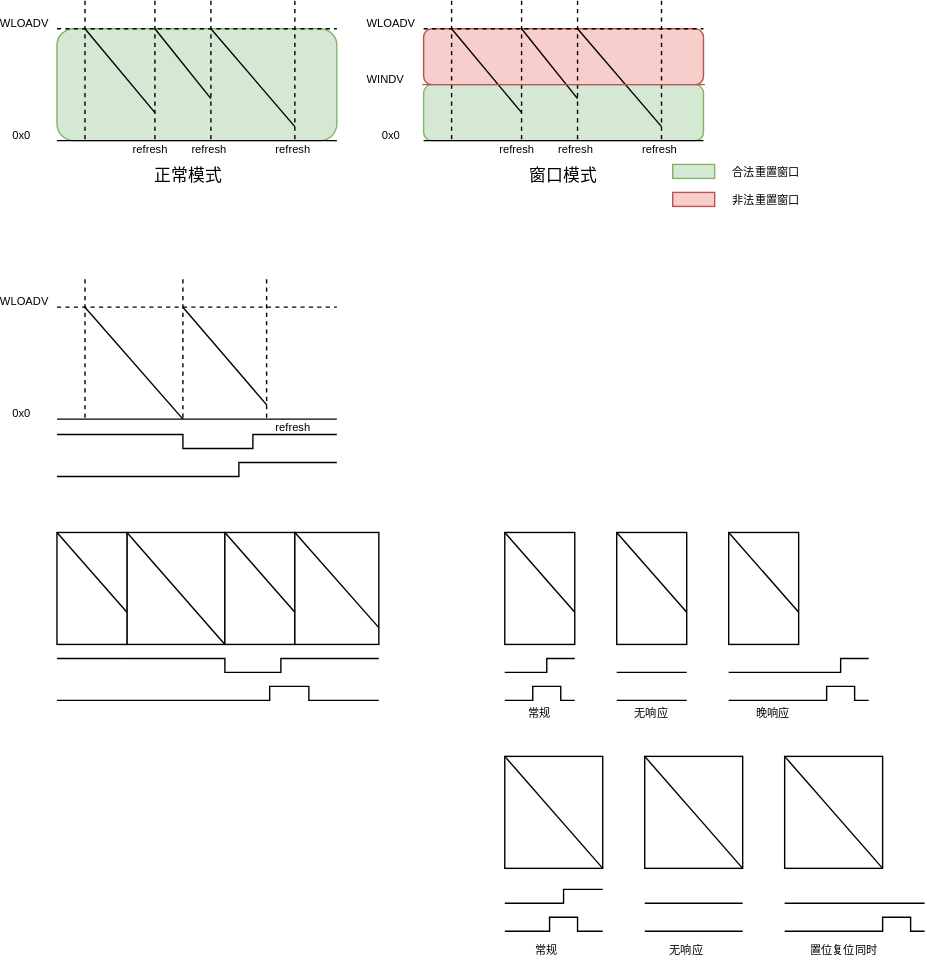
Above: drawio/wdg.drawio.svg in iceyxy/flow-chart-drawio (draw.io), before the change. Source tidied: cells renumbered, new cells last; positions are measured from the earlier drawing's top-left corner, leaving out a move shared by most shapes.
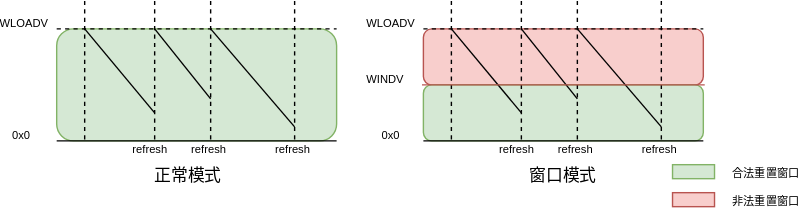
The same file after the commit.

The edit, as a diff of the source:
```diff
@@ -176,342 +176,5 @@
     <mxCell id="40" value="正常模式" style="text;html=1;whiteSpace=wrap;strokeColor=none;fillColor=none;align=center;verticalAlign=middle;rounded=0;" parent="1" vertex="1">
       <mxGeometry x="104" y="110" width="60" height="30" as="geometry" />
     </mxCell>
-    <mxCell id="41" style="endArrow=none;html=1;rounded=0;" parent="1" edge="1">
-      <mxGeometry relative="1" as="geometry">
-        <mxPoint x="40" y="299" as="sourcePoint" />
-        <mxPoint x="240" y="299" as="targetPoint" />
-      </mxGeometry>
-    </mxCell>
-    <mxCell id="42" style="endArrow=none;dashed=1;html=1;rounded=0;" parent="1" edge="1">
-      <mxGeometry relative="1" as="geometry">
-        <mxPoint x="40" y="219" as="sourcePoint" />
-        <mxPoint x="240" y="219" as="targetPoint" />
-      </mxGeometry>
-    </mxCell>
-    <mxCell id="43" style="endArrow=none;dashed=1;html=1;rounded=0;" parent="1" edge="1">
-      <mxGeometry relative="1" as="geometry">
-        <mxPoint x="60" y="199" as="sourcePoint" />
-        <mxPoint x="60" y="299" as="targetPoint" />
-      </mxGeometry>
-    </mxCell>
-    <mxCell id="44" style="endArrow=none;html=1;rounded=0;" parent="1" edge="1">
-      <mxGeometry relative="1" as="geometry">
-        <mxPoint x="130" y="299" as="sourcePoint" />
-        <mxPoint x="60" y="219" as="targetPoint" />
-      </mxGeometry>
-    </mxCell>
-    <mxCell id="45" value="&lt;font style=&quot;font-size: 8px;&quot;&gt;0x0&lt;/font&gt;" style="text;html=1;whiteSpace=wrap;strokeColor=none;fillColor=none;align=center;verticalAlign=middle;rounded=0;" parent="1" vertex="1">
-      <mxGeometry y="289" width="30" height="10" as="geometry" />
-    </mxCell>
-    <mxCell id="46" value="&lt;span style=&quot;font-size: 8px;&quot;&gt;WLOADV&lt;/span&gt;" style="text;html=1;whiteSpace=wrap;strokeColor=none;fillColor=none;align=center;verticalAlign=middle;rounded=0;" parent="1" vertex="1">
-      <mxGeometry x="2" y="209" width="30" height="10" as="geometry" />
-    </mxCell>
-    <mxCell id="47" value="&lt;font style=&quot;font-size: 8px;&quot;&gt;refresh&lt;/font&gt;" style="text;html=1;whiteSpace=wrap;strokeColor=none;fillColor=none;align=center;verticalAlign=middle;rounded=0;" parent="1" vertex="1">
-      <mxGeometry x="194" y="299" width="30" height="10" as="geometry" />
-    </mxCell>
-    <mxCell id="48" style="endArrow=none;html=1;rounded=0;" parent="1" edge="1">
-      <mxGeometry relative="1" as="geometry">
-        <mxPoint x="40" y="310" as="sourcePoint" />
-        <mxPoint x="240" y="310" as="targetPoint" />
-        <Array as="points">
-          <mxPoint x="130" y="310" />
-          <mxPoint x="130" y="320" />
-          <mxPoint x="180" y="320" />
-          <mxPoint x="180" y="310" />
-        </Array>
-      </mxGeometry>
-    </mxCell>
-    <mxCell id="49" style="endArrow=none;html=1;rounded=0;" parent="1" edge="1">
-      <mxGeometry relative="1" as="geometry">
-        <mxPoint x="40" y="340" as="sourcePoint" />
-        <mxPoint x="240" y="330" as="targetPoint" />
-        <Array as="points">
-          <mxPoint x="170" y="340" />
-          <mxPoint x="170" y="330" />
-        </Array>
-      </mxGeometry>
-    </mxCell>
-    <mxCell id="50" style="endArrow=none;dashed=1;html=1;rounded=0;" parent="1" edge="1">
-      <mxGeometry relative="1" as="geometry">
-        <mxPoint x="130" y="199" as="sourcePoint" />
-        <mxPoint x="130" y="299" as="targetPoint" />
-      </mxGeometry>
-    </mxCell>
-    <mxCell id="51" style="endArrow=none;html=1;rounded=0;" parent="1" edge="1">
-      <mxGeometry relative="1" as="geometry">
-        <mxPoint x="190" y="289" as="sourcePoint" />
-        <mxPoint x="130" y="219" as="targetPoint" />
-      </mxGeometry>
-    </mxCell>
-    <mxCell id="52" style="endArrow=none;dashed=1;html=1;rounded=0;" parent="1" edge="1">
-      <mxGeometry relative="1" as="geometry">
-        <mxPoint x="189.8" y="199" as="sourcePoint" />
-        <mxPoint x="189.8" y="299" as="targetPoint" />
-      </mxGeometry>
-    </mxCell>
-    <mxCell id="53" style="group;" parent="1" vertex="1">
-      <mxGeometry x="90" y="380" width="70" height="80" as="geometry" />
-    </mxCell>
-    <mxCell id="54" style="rounded=0;whiteSpace=wrap;html=1;" parent="53" vertex="1">
-      <mxGeometry width="70" height="80" as="geometry" />
-    </mxCell>
-    <mxCell id="55" style="endArrow=none;html=1;rounded=0;entryX=0;entryY=0;entryDx=0;entryDy=0;" parent="53" edge="1" target="54">
-      <mxGeometry relative="1" as="geometry">
-        <mxPoint x="70" y="80" as="sourcePoint" />
-      </mxGeometry>
-    </mxCell>
-    <mxCell id="56" style="group;" parent="1" vertex="1">
-      <mxGeometry x="160" y="380" width="50" height="80" as="geometry" />
-    </mxCell>
-    <mxCell id="57" style="rounded=0;whiteSpace=wrap;html=1;" parent="56" vertex="1">
-      <mxGeometry width="50" height="80" as="geometry" />
-    </mxCell>
-    <mxCell id="58" style="endArrow=none;html=1;rounded=0;entryX=0;entryY=0;entryDx=0;entryDy=0;exitX=0.997;exitY=0.71;exitDx=0;exitDy=0;exitPerimeter=0;" parent="56" edge="1" source="57" target="57">
-      <mxGeometry relative="1" as="geometry" />
-    </mxCell>
-    <mxCell id="59" style="group;" parent="1" vertex="1">
-      <mxGeometry x="210" y="380" width="60" height="80" as="geometry" />
-    </mxCell>
-    <mxCell id="60" style="rounded=0;whiteSpace=wrap;html=1;" parent="59" vertex="1">
-      <mxGeometry width="60" height="80" as="geometry" />
-    </mxCell>
-    <mxCell id="61" style="endArrow=none;html=1;rounded=0;entryX=0;entryY=0;entryDx=0;entryDy=0;exitX=1;exitY=0.85;exitDx=0;exitDy=0;exitPerimeter=0;" parent="59" edge="1" source="60" target="60">
-      <mxGeometry relative="1" as="geometry" />
-    </mxCell>
-    <mxCell id="62" style="group;" parent="1" vertex="1">
-      <mxGeometry x="40" y="380" width="50" height="80" as="geometry" />
-    </mxCell>
-    <mxCell id="63" style="rounded=0;whiteSpace=wrap;html=1;" parent="62" vertex="1">
-      <mxGeometry width="50" height="80" as="geometry" />
-    </mxCell>
-    <mxCell id="64" style="endArrow=none;html=1;rounded=0;entryX=0;entryY=0;entryDx=0;entryDy=0;exitX=0.997;exitY=0.71;exitDx=0;exitDy=0;exitPerimeter=0;" parent="62" edge="1" source="63" target="63">
-      <mxGeometry relative="1" as="geometry" />
-    </mxCell>
-    <mxCell id="65" style="endArrow=none;html=1;rounded=0;" parent="1" edge="1">
-      <mxGeometry relative="1" as="geometry">
-        <mxPoint x="40" y="470" as="sourcePoint" />
-        <mxPoint x="90" y="470" as="targetPoint" />
-      </mxGeometry>
-    </mxCell>
-    <mxCell id="66" style="endArrow=none;html=1;rounded=0;" parent="1" edge="1">
-      <mxGeometry relative="1" as="geometry">
-        <mxPoint x="40" y="500" as="sourcePoint" />
-        <mxPoint x="90" y="500" as="targetPoint" />
-      </mxGeometry>
-    </mxCell>
-    <mxCell id="67" style="endArrow=none;html=1;rounded=0;" parent="1" edge="1">
-      <mxGeometry relative="1" as="geometry">
-        <mxPoint x="90" y="470" as="sourcePoint" />
-        <mxPoint x="270" y="470" as="targetPoint" />
-        <Array as="points">
-          <mxPoint x="160" y="470" />
-          <mxPoint x="160" y="480" />
-          <mxPoint x="200" y="480" />
-          <mxPoint x="200" y="470" />
-        </Array>
-      </mxGeometry>
-    </mxCell>
-    <mxCell id="68" style="endArrow=none;html=1;rounded=0;" parent="1" edge="1">
-      <mxGeometry relative="1" as="geometry">
-        <mxPoint x="90" y="500" as="sourcePoint" />
-        <mxPoint x="270" y="500" as="targetPoint" />
-        <Array as="points">
-          <mxPoint x="192" y="500" />
-          <mxPoint x="192" y="490" />
-          <mxPoint x="220" y="490" />
-          <mxPoint x="220" y="500" />
-        </Array>
-      </mxGeometry>
-    </mxCell>
-    <mxCell id="69" style="group;" parent="1" vertex="1">
-      <mxGeometry x="440" y="380" width="50" height="80" as="geometry" />
-    </mxCell>
-    <mxCell id="70" style="rounded=0;whiteSpace=wrap;html=1;" parent="69" vertex="1">
-      <mxGeometry width="50" height="80" as="geometry" />
-    </mxCell>
-    <mxCell id="71" style="endArrow=none;html=1;rounded=0;entryX=0;entryY=0;entryDx=0;entryDy=0;exitX=0.997;exitY=0.71;exitDx=0;exitDy=0;exitPerimeter=0;" parent="69" edge="1" source="70" target="70">
-      <mxGeometry relative="1" as="geometry" />
-    </mxCell>
-    <mxCell id="72" style="endArrow=none;html=1;rounded=0;" parent="1" edge="1">
-      <mxGeometry relative="1" as="geometry">
-        <mxPoint x="440" y="480" as="sourcePoint" />
-        <mxPoint x="490" y="480" as="targetPoint" />
-      </mxGeometry>
-    </mxCell>
-    <mxCell id="73" style="endArrow=none;html=1;rounded=0;" parent="1" edge="1">
-      <mxGeometry relative="1" as="geometry">
-        <mxPoint x="440" y="500" as="sourcePoint" />
-        <mxPoint x="490" y="500" as="targetPoint" />
-      </mxGeometry>
-    </mxCell>
-    <mxCell id="74" style="group;" parent="1" vertex="1">
-      <mxGeometry x="360" y="540" width="70" height="80" as="geometry" />
-    </mxCell>
-    <mxCell id="75" style="rounded=0;whiteSpace=wrap;html=1;" parent="74" vertex="1">
-      <mxGeometry width="70" height="80" as="geometry" />
-    </mxCell>
-    <mxCell id="76" style="endArrow=none;html=1;rounded=0;entryX=0;entryY=0;entryDx=0;entryDy=0;" parent="74" edge="1" target="75">
-      <mxGeometry relative="1" as="geometry">
-        <mxPoint x="70" y="80" as="sourcePoint" />
-      </mxGeometry>
-    </mxCell>
-    <mxCell id="77" style="group;" parent="1" vertex="1">
-      <mxGeometry x="360" y="380" width="50" height="80" as="geometry" />
-    </mxCell>
-    <mxCell id="78" style="rounded=0;whiteSpace=wrap;html=1;" parent="77" vertex="1">
-      <mxGeometry width="50" height="80" as="geometry" />
-    </mxCell>
-    <mxCell id="79" style="endArrow=none;html=1;rounded=0;entryX=0;entryY=0;entryDx=0;entryDy=0;exitX=0.997;exitY=0.71;exitDx=0;exitDy=0;exitPerimeter=0;" parent="77" edge="1" source="78" target="78">
-      <mxGeometry relative="1" as="geometry" />
-    </mxCell>
-    <mxCell id="80" style="endArrow=none;html=1;rounded=0;" parent="1" edge="1">
-      <mxGeometry relative="1" as="geometry">
-        <mxPoint x="360" y="480" as="sourcePoint" />
-        <mxPoint x="410" y="470" as="targetPoint" />
-        <Array as="points">
-          <mxPoint x="390" y="480" />
-          <mxPoint x="390" y="470" />
-        </Array>
-      </mxGeometry>
-    </mxCell>
-    <mxCell id="81" style="endArrow=none;html=1;rounded=0;" parent="1" edge="1">
-      <mxGeometry relative="1" as="geometry">
-        <mxPoint x="360" y="500" as="sourcePoint" />
-        <mxPoint x="410" y="500" as="targetPoint" />
-        <Array as="points">
-          <mxPoint x="380" y="500" />
-          <mxPoint x="380" y="490" />
-          <mxPoint x="400" y="490" />
-          <mxPoint x="400" y="500" />
-        </Array>
-      </mxGeometry>
-    </mxCell>
-    <mxCell id="82" style="group;" parent="1" vertex="1">
-      <mxGeometry x="520" y="380" width="50" height="80" as="geometry" />
-    </mxCell>
-    <mxCell id="83" style="rounded=0;whiteSpace=wrap;html=1;" parent="82" vertex="1">
-      <mxGeometry width="50" height="80" as="geometry" />
-    </mxCell>
-    <mxCell id="84" style="endArrow=none;html=1;rounded=0;entryX=0;entryY=0;entryDx=0;entryDy=0;exitX=0.997;exitY=0.71;exitDx=0;exitDy=0;exitPerimeter=0;" parent="82" edge="1" source="83" target="83">
-      <mxGeometry relative="1" as="geometry" />
-    </mxCell>
-    <mxCell id="85" style="endArrow=none;html=1;rounded=0;" parent="1" edge="1">
-      <mxGeometry relative="1" as="geometry">
-        <mxPoint x="520" y="480" as="sourcePoint" />
-        <mxPoint x="620" y="470" as="targetPoint" />
-        <Array as="points">
-          <mxPoint x="600" y="480" />
-          <mxPoint x="600" y="470" />
-        </Array>
-      </mxGeometry>
-    </mxCell>
-    <mxCell id="86" style="endArrow=none;html=1;rounded=0;" parent="1" edge="1">
-      <mxGeometry relative="1" as="geometry">
-        <mxPoint x="520" y="500" as="sourcePoint" />
-        <mxPoint x="620" y="500" as="targetPoint" />
-        <Array as="points">
-          <mxPoint x="590" y="500" />
-          <mxPoint x="590" y="490" />
-          <mxPoint x="610" y="490" />
-          <mxPoint x="610" y="500" />
-        </Array>
-      </mxGeometry>
-    </mxCell>
-    <mxCell id="87" style="group;" parent="1" vertex="1">
-      <mxGeometry x="460" y="540" width="70" height="80" as="geometry" />
-    </mxCell>
-    <mxCell id="88" style="rounded=0;whiteSpace=wrap;html=1;" parent="87" vertex="1">
-      <mxGeometry width="70" height="80" as="geometry" />
-    </mxCell>
-    <mxCell id="89" style="endArrow=none;html=1;rounded=0;entryX=0;entryY=0;entryDx=0;entryDy=0;" parent="87" edge="1" target="88">
-      <mxGeometry relative="1" as="geometry">
-        <mxPoint x="70" y="80" as="sourcePoint" />
-      </mxGeometry>
-    </mxCell>
-    <mxCell id="90" style="group;" parent="1" vertex="1">
-      <mxGeometry x="560" y="540" width="70" height="80" as="geometry" />
-    </mxCell>
-    <mxCell id="91" style="rounded=0;whiteSpace=wrap;html=1;" parent="90" vertex="1">
-      <mxGeometry width="70" height="80" as="geometry" />
-    </mxCell>
-    <mxCell id="92" style="endArrow=none;html=1;rounded=0;entryX=0;entryY=0;entryDx=0;entryDy=0;" parent="90" edge="1" target="91">
-      <mxGeometry relative="1" as="geometry">
-        <mxPoint x="70" y="80" as="sourcePoint" />
-      </mxGeometry>
-    </mxCell>
-    <mxCell id="93" style="endArrow=none;html=1;rounded=0;" parent="1" edge="1">
-      <mxGeometry relative="1" as="geometry">
-        <mxPoint x="460" y="645" as="sourcePoint" />
-        <mxPoint x="530" y="645" as="targetPoint" />
-      </mxGeometry>
-    </mxCell>
-    <mxCell id="94" style="endArrow=none;html=1;rounded=0;" parent="1" edge="1">
-      <mxGeometry relative="1" as="geometry">
-        <mxPoint x="460" y="665" as="sourcePoint" />
-        <mxPoint x="530" y="665" as="targetPoint" />
-      </mxGeometry>
-    </mxCell>
-    <mxCell id="95" style="endArrow=none;html=1;rounded=0;" parent="1" edge="1">
-      <mxGeometry relative="1" as="geometry">
-        <mxPoint x="360" y="645" as="sourcePoint" />
-        <mxPoint x="430" y="635" as="targetPoint" />
-        <Array as="points">
-          <mxPoint x="402" y="645" />
-          <mxPoint x="402" y="635" />
-        </Array>
-      </mxGeometry>
-    </mxCell>
-    <mxCell id="96" style="endArrow=none;html=1;rounded=0;" parent="1" edge="1">
-      <mxGeometry relative="1" as="geometry">
-        <mxPoint x="360" y="665" as="sourcePoint" />
-        <mxPoint x="430" y="665" as="targetPoint" />
-        <Array as="points">
-          <mxPoint x="392" y="665" />
-          <mxPoint x="392" y="655" />
-          <mxPoint x="412" y="655" />
-          <mxPoint x="412" y="665" />
-        </Array>
-      </mxGeometry>
-    </mxCell>
-    <mxCell id="97" style="endArrow=none;html=1;rounded=0;" parent="1" edge="1">
-      <mxGeometry relative="1" as="geometry">
-        <mxPoint x="560" y="645" as="sourcePoint" />
-        <mxPoint x="660" y="645" as="targetPoint" />
-        <Array as="points">
-          <mxPoint x="630" y="645" />
-          <mxPoint x="650" y="645" />
-        </Array>
-      </mxGeometry>
-    </mxCell>
-    <mxCell id="98" style="endArrow=none;html=1;rounded=0;" parent="1" edge="1">
-      <mxGeometry relative="1" as="geometry">
-        <mxPoint x="560" y="665" as="sourcePoint" />
-        <mxPoint x="660" y="665" as="targetPoint" />
-        <Array as="points">
-          <mxPoint x="630" y="665" />
-          <mxPoint x="630" y="655" />
-          <mxPoint x="650" y="655" />
-          <mxPoint x="650" y="665" />
-        </Array>
-      </mxGeometry>
-    </mxCell>
-    <mxCell id="99" value="&lt;font style=&quot;font-size: 8px;&quot;&gt;常规&lt;/font&gt;" style="text;html=1;whiteSpace=wrap;strokeColor=none;fillColor=none;align=center;verticalAlign=middle;rounded=0;" parent="1" vertex="1">
-      <mxGeometry x="365" y="500" width="40" height="15" as="geometry" />
-    </mxCell>
-    <mxCell id="100" value="&lt;span style=&quot;font-size: 8px;&quot;&gt;无响应&lt;/span&gt;" style="text;html=1;whiteSpace=wrap;strokeColor=none;fillColor=none;align=center;verticalAlign=middle;rounded=0;" parent="1" vertex="1">
-      <mxGeometry x="445" y="500" width="40" height="15" as="geometry" />
-    </mxCell>
-    <mxCell id="101" value="&lt;span style=&quot;font-size: 8px;&quot;&gt;晚响应&lt;/span&gt;" style="text;html=1;whiteSpace=wrap;strokeColor=none;fillColor=none;align=center;verticalAlign=middle;rounded=0;" parent="1" vertex="1">
-      <mxGeometry x="532" y="500" width="40" height="15" as="geometry" />
-    </mxCell>
-    <mxCell id="102" value="&lt;font style=&quot;font-size: 8px;&quot;&gt;常规&lt;/font&gt;" style="text;html=1;whiteSpace=wrap;strokeColor=none;fillColor=none;align=center;verticalAlign=middle;rounded=0;" parent="1" vertex="1">
-      <mxGeometry x="370" y="670" width="40" height="15" as="geometry" />
-    </mxCell>
-    <mxCell id="103" value="&lt;span style=&quot;font-size: 8px;&quot;&gt;无响应&lt;/span&gt;" style="text;html=1;whiteSpace=wrap;strokeColor=none;fillColor=none;align=center;verticalAlign=middle;rounded=0;" parent="1" vertex="1">
-      <mxGeometry x="470" y="670" width="40" height="15" as="geometry" />
-    </mxCell>
-    <mxCell id="104" value="&lt;span style=&quot;font-size: 8px;&quot;&gt;置位复位同时&lt;/span&gt;" style="text;html=1;whiteSpace=wrap;strokeColor=none;fillColor=none;align=center;verticalAlign=middle;rounded=0;" parent="1" vertex="1">
-      <mxGeometry x="575" y="670" width="55" height="15" as="geometry" />
-    </mxCell>
   </root>
 </mxGraphModel>
```
